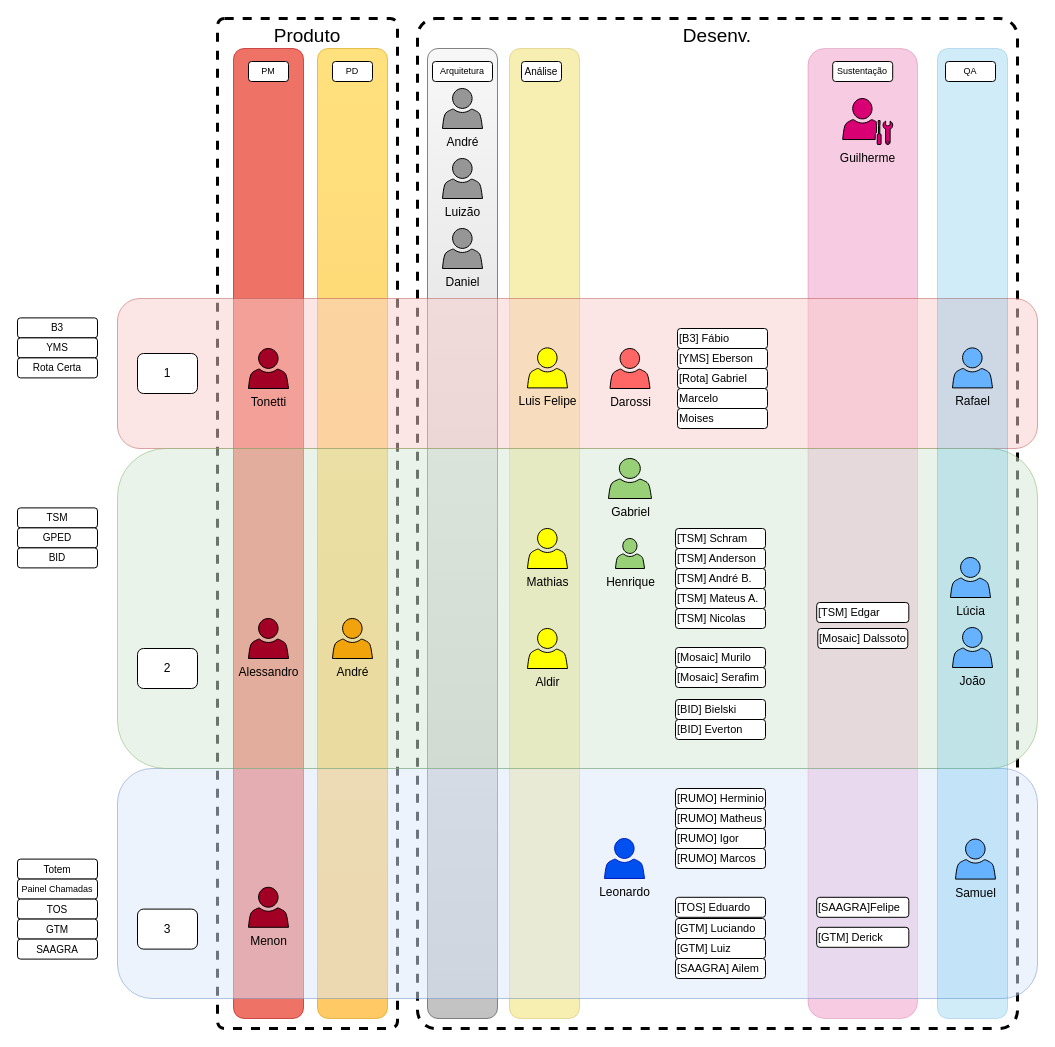
The draw.io diagram page "futuro_ideal" (4 of 4) of Diagrama sem nome.drawio in marcelopedroso/yms_tech, before the edit. Source tidied: cells renumbered, new cells numbered last; positions are measured from the earlier drawing's top-left corner, leaving out a move shared by most shapes. Both pictures are drawn from the tidied source at 100%, with x=0, y=0 at pixel (17, 18).
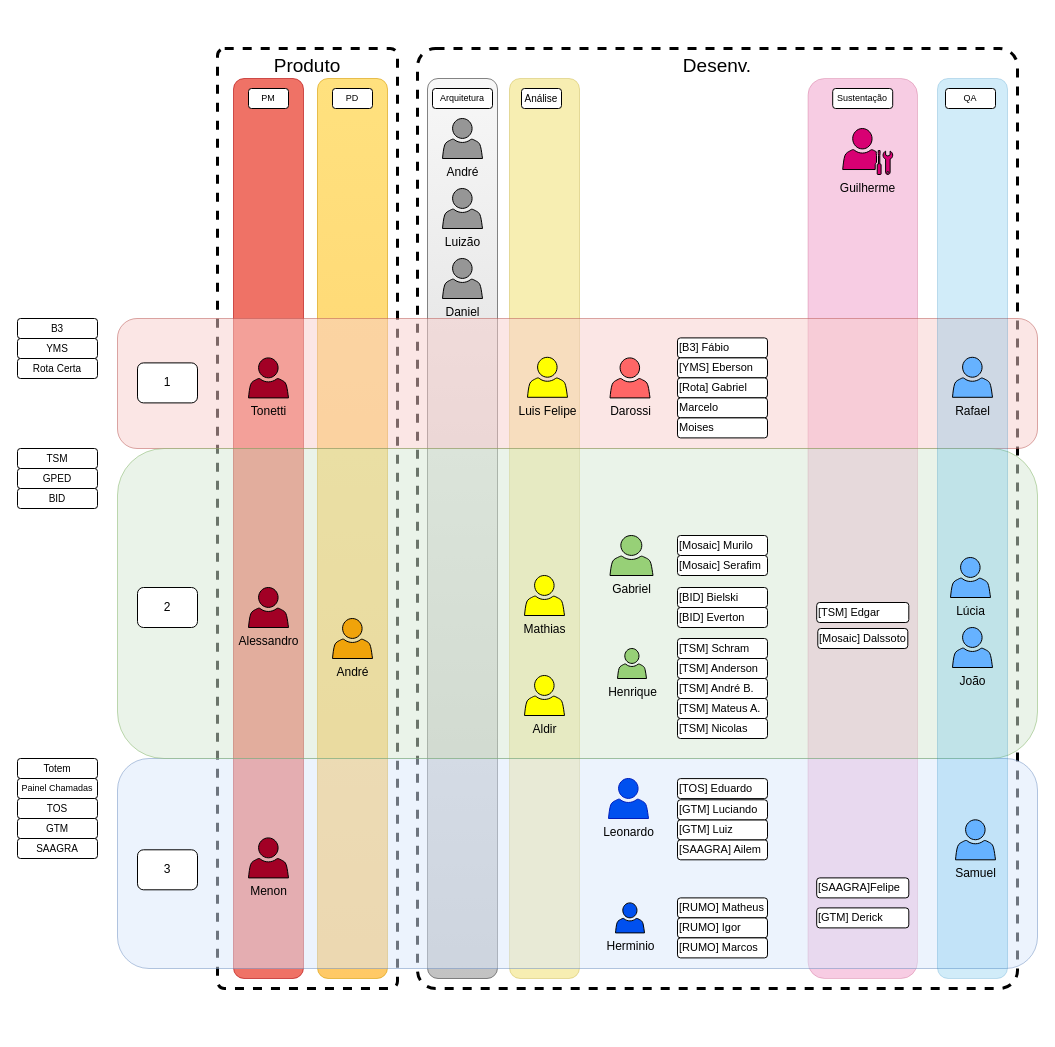
Above is the later version.

The edit, as a diff of the source:
```diff
@@
     <mxCell id="2" value="Desenv." style="rounded=1;whiteSpace=wrap;html=1;fillColor=default;verticalAlign=top;dashed=1;fillStyle=auto;glass=0;perimeterSpacing=2;strokeWidth=3;fontSize=19;arcSize=3;" parent="1" vertex="1">
-      <mxGeometry x="400" width="600" height="1010" as="geometry" />
+      <mxGeometry x="400" y="30" width="600" height="940" as="geometry" />
     </mxCell>
     <mxCell id="3" value="Produto" style="rounded=1;whiteSpace=wrap;html=1;fillColor=default;verticalAlign=top;dashed=1;fillStyle=auto;glass=0;perimeterSpacing=2;strokeWidth=3;fontSize=19;arcSize=4;" parent="1" vertex="1">
-      <mxGeometry x="200" width="180" height="1010" as="geometry" />
+      <mxGeometry x="200" y="30" width="180" height="940" as="geometry" />
     </mxCell>
     <mxCell id="4" style="rounded=1;whiteSpace=wrap;html=1;fillColor=#e51400;strokeColor=#B20000;opacity=60;fontColor=#ffffff;" parent="1" vertex="1">
-      <mxGeometry x="216" y="30" width="70" height="970" as="geometry" />
+      <mxGeometry x="216" y="60" width="70" height="900" as="geometry" />
     </mxCell>
     <mxCell id="5" style="rounded=1;whiteSpace=wrap;html=1;fillColor=#ffcd28;strokeColor=#d79b00;opacity=60;gradientColor=#ffa500;" parent="1" vertex="1">
-      <mxGeometry x="300" y="30" width="70" height="970" as="geometry" />
+      <mxGeometry x="300" y="60" width="70" height="900" as="geometry" />
     </mxCell>
     <mxCell id="6" style="rounded=1;whiteSpace=wrap;html=1;fillColor=#f5f5f5;strokeColor=#666666;opacity=80;gradientColor=#b3b3b3;" parent="1" vertex="1">
-      <mxGeometry x="410" y="30" width="70" height="970" as="geometry" />
+      <mxGeometry x="410" y="60" width="70" height="900" as="geometry" />
     </mxCell>
     <mxCell id="7" style="rounded=1;whiteSpace=wrap;html=1;fillColor=#e3c800;fontColor=#000000;strokeColor=#B09500;opacity=30;" parent="1" vertex="1">
-      <mxGeometry x="492" y="30" width="70" height="970" as="geometry" />
+      <mxGeometry x="492" y="60" width="70" height="900" as="geometry" />
     </mxCell>
     <mxCell id="8" style="rounded=1;whiteSpace=wrap;html=1;fillStyle=auto;opacity=20;fillColor=#d80073;strokeColor=#A50040;fontColor=#ffffff;" parent="1" vertex="1">
-      <mxGeometry x="790.5" y="30" width="109.5" height="970" as="geometry" />
+      <mxGeometry x="790.5" y="60" width="109.5" height="900" as="geometry" />
     </mxCell>
     <mxCell id="9" style="rounded=1;whiteSpace=wrap;html=1;fillStyle=auto;opacity=50;fillColor=#dae8fc;strokeColor=#6c8ebf;" parent="1" vertex="1">
-      <mxGeometry x="100" y="750" width="920" height="230" as="geometry" />
+      <mxGeometry x="100" y="740" width="920" height="210" as="geometry" />
     </mxCell>
     <mxCell id="10" style="rounded=1;whiteSpace=wrap;html=1;fillStyle=auto;opacity=50;fillColor=#f8cecc;strokeColor=#b85450;" parent="1" vertex="1">
-      <mxGeometry x="100" y="280" width="920" height="150" as="geometry" />
+      <mxGeometry x="100" y="300" width="920" height="130" as="geometry" />
     </mxCell>
     <mxCell id="11" style="rounded=1;whiteSpace=wrap;html=1;fillStyle=auto;opacity=50;fillColor=#d5e8d4;strokeColor=#82b366;" parent="1" vertex="1">
-      <mxGeometry x="100" y="430" width="920" height="320" as="geometry" />
+      <mxGeometry x="100" y="430" width="920" height="310" as="geometry" />
     </mxCell>
     <mxCell id="12" value="Darossi" style="sketch=0;shadow=0;dashed=0;html=1;strokeColor=default;labelPosition=center;verticalLabelPosition=bottom;verticalAlign=top;align=center;shape=mxgraph.office.users.user;fillColor=#FF6666;" parent="1" vertex="1">
-      <mxGeometry x="592.5" y="330" width="40" height="40" as="geometry" />
+      <mxGeometry x="592.5" y="339.4" width="40" height="40" as="geometry" />
     </mxCell>
     <mxCell id="13" value="Gabriel" style="sketch=0;shadow=0;dashed=0;html=1;strokeColor=default;labelPosition=center;verticalLabelPosition=bottom;verticalAlign=top;align=center;shape=mxgraph.office.users.user;fillColor=#97D077;" parent="1" vertex="1">
-      <mxGeometry x="591" y="440" width="43" height="40" as="geometry" />
+      <mxGeometry x="592.5" y="517" width="43" height="40" as="geometry" />
     </mxCell>
     <mxCell id="14" value="&lt;font color=&quot;#000000&quot;&gt;Leonardo&lt;/font&gt;" style="sketch=0;shadow=0;dashed=0;html=1;strokeColor=#001DBC;labelPosition=center;verticalLabelPosition=bottom;verticalAlign=top;align=center;shape=mxgraph.office.users.user;fillColor=#0050ef;fontColor=#FFFFFF;" parent="1" vertex="1">
-      <mxGeometry x="587" y="820" width="40" height="40" as="geometry" />
+      <mxGeometry x="591" y="760" width="40" height="40" as="geometry" />
     </mxCell>
     <mxCell id="15" value="&lt;font color=&quot;#000000&quot;&gt;Guilherme&lt;/font&gt;" style="sketch=0;shadow=0;dashed=0;html=1;strokeColor=default;fillColor=#d80073;labelPosition=center;verticalLabelPosition=bottom;verticalAlign=top;align=center;shape=mxgraph.office.users.administrator;fontColor=#ffffff;" parent="1" vertex="1">
-      <mxGeometry x="825.2" y="80" width="50" height="46" as="geometry" />
+      <mxGeometry x="825.2" y="110" width="50" height="46" as="geometry" />
     </mxCell>
     <mxCell id="16" value="Análise" style="rounded=1;whiteSpace=wrap;html=1;fontSize=10;" parent="1" vertex="1">
-      <mxGeometry x="504" y="43" width="40" height="20" as="geometry" />
+      <mxGeometry x="504" y="70" width="40" height="20" as="geometry" />
     </mxCell>
     <mxCell id="17" value="Arquitetura" style="rounded=1;whiteSpace=wrap;html=1;fontSize=9;" parent="1" vertex="1">
-      <mxGeometry x="415" y="43" width="60" height="20" as="geometry" />
+      <mxGeometry x="415" y="70" width="60" height="20" as="geometry" />
     </mxCell>
     <mxCell id="18" value="B3" style="rounded=1;whiteSpace=wrap;html=1;fontSize=10;" parent="1" vertex="1">
-      <mxGeometry y="299.4" width="80" height="20" as="geometry" />
+      <mxGeometry y="300" width="80" height="20" as="geometry" />
     </mxCell>
     <mxCell id="19" value="YMS" style="rounded=1;whiteSpace=wrap;html=1;fontSize=10;" parent="1" vertex="1">
-      <mxGeometry y="319.4" width="80" height="20" as="geometry" />
+      <mxGeometry y="320" width="80" height="20" as="geometry" />
     </mxCell>
     <mxCell id="20" value="TSM" style="rounded=1;whiteSpace=wrap;html=1;fontSize=10;" parent="1" vertex="1">
-      <mxGeometry y="489.4" width="80" height="20" as="geometry" />
+      <mxGeometry y="430" width="80" height="20" as="geometry" />
     </mxCell>
     <mxCell id="21" value="GPED" style="rounded=1;whiteSpace=wrap;html=1;fontSize=10;" parent="1" vertex="1">
-      <mxGeometry y="509.4" width="80" height="20" as="geometry" />
+      <mxGeometry y="450" width="80" height="20" as="geometry" />
     </mxCell>
     <mxCell id="22" value="Rota Certa" style="rounded=1;whiteSpace=wrap;html=1;fontSize=10;" parent="1" vertex="1">
-      <mxGeometry y="339.4" width="80" height="20" as="geometry" />
+      <mxGeometry y="340" width="80" height="20" as="geometry" />
     </mxCell>
     <mxCell id="23" value="Totem" style="rounded=1;whiteSpace=wrap;html=1;fontSize=10;" parent="1" vertex="1">
-      <mxGeometry y="840.6" width="80" height="20" as="geometry" />
+      <mxGeometry y="740" width="80" height="20" as="geometry" />
     </mxCell>
     <mxCell id="24" value="Painel Chamadas" style="rounded=1;whiteSpace=wrap;html=1;fontSize=9;" parent="1" vertex="1">
-      <mxGeometry y="860.6" width="80" height="20" as="geometry" />
+      <mxGeometry y="760" width="80" height="20" as="geometry" />
     </mxCell>
     <mxCell id="25" value="1" style="rounded=1;whiteSpace=wrap;html=1;fillColor=#FFFFFF;" parent="1" vertex="1">
-      <mxGeometry x="120" y="335" width="60" height="40" as="geometry" />
+      <mxGeometry x="120" y="344.4" width="60" height="40" as="geometry" />
     </mxCell>
     <mxCell id="26" value="3" style="rounded=1;whiteSpace=wrap;html=1;fillColor=#FFFFFF;" parent="1" vertex="1">
-      <mxGeometry x="120" y="890.6" width="60" height="40" as="geometry" />
+      <mxGeometry x="120" y="831.3" width="60" height="40" as="geometry" />
     </mxCell>
     <mxCell id="27" value="Sustentação" style="rounded=1;whiteSpace=wrap;html=1;fillColor=#FFFFFF;fontSize=9;" parent="1" vertex="1">
-      <mxGeometry x="815.2" y="43" width="60" height="20" as="geometry" />
+      <mxGeometry x="815.2" y="70" width="60" height="20" as="geometry" />
     </mxCell>
     <mxCell id="28" value="2" style="rounded=1;whiteSpace=wrap;html=1;fillColor=#FFFFFF;" parent="1" vertex="1">
-      <mxGeometry x="120" y="630" width="60" height="40" as="geometry" />
+      <mxGeometry x="120" y="569" width="60" height="40" as="geometry" />
     </mxCell>
     <mxCell id="29" value="PM" style="rounded=1;whiteSpace=wrap;html=1;fontSize=9;" parent="1" vertex="1">
-      <mxGeometry x="231" y="43" width="40" height="20" as="geometry" />
+      <mxGeometry x="231" y="70" width="40" height="20" as="geometry" />
     </mxCell>
     <mxCell id="30" value="PD" style="rounded=1;whiteSpace=wrap;html=1;fontSize=9;" parent="1" vertex="1">
-      <mxGeometry x="315" y="43" width="40" height="20" as="geometry" />
+      <mxGeometry x="315" y="70" width="40" height="20" as="geometry" />
     </mxCell>
     <mxCell id="31" value="Luis Felipe" style="sketch=0;shadow=0;dashed=0;html=1;labelPosition=center;verticalLabelPosition=bottom;verticalAlign=top;align=center;shape=mxgraph.office.users.user;fillColor=#FFFF00;" parent="1" vertex="1">
-      <mxGeometry x="510" y="329.4" width="40" height="40" as="geometry" />
+      <mxGeometry x="510" y="338.8" width="40" height="40" as="geometry" />
     </mxCell>
     <mxCell id="32" value="Mathias" style="sketch=0;shadow=0;dashed=0;html=1;labelPosition=center;verticalLabelPosition=bottom;verticalAlign=top;align=center;shape=mxgraph.office.users.user;fillColor=#FFFF00;" parent="1" vertex="1">
-      <mxGeometry x="510" y="510" width="40" height="40" as="geometry" />
+      <mxGeometry x="507" y="557" width="40" height="40" as="geometry" />
     </mxCell>
@@
     <mxCell id="34" value="Alessandro" style="sketch=0;shadow=0;dashed=0;html=1;labelPosition=center;verticalLabelPosition=bottom;verticalAlign=top;align=center;shape=mxgraph.office.users.user;fillColor=#a20025;fontColor=#000000;strokeColor=#000000;" parent="1" vertex="1">
-      <mxGeometry x="231" y="600" width="40" height="40" as="geometry" />
+      <mxGeometry x="231" y="569" width="40" height="40" as="geometry" />
     </mxCell>
     <mxCell id="35" value="Tonetti" style="sketch=0;shadow=0;dashed=0;html=1;labelPosition=center;verticalLabelPosition=bottom;verticalAlign=top;align=center;shape=mxgraph.office.users.user;fillColor=#a20025;fontColor=#000000;strokeColor=#000000;" parent="1" vertex="1">
-      <mxGeometry x="231" y="330" width="40" height="40" as="geometry" />
+      <mxGeometry x="231" y="339.4" width="40" height="40" as="geometry" />
     </mxCell>
     <mxCell id="36" value="BID" style="rounded=1;whiteSpace=wrap;html=1;fontSize=10;" parent="1" vertex="1">
-      <mxGeometry y="529.4" width="80" height="20" as="geometry" />
+      <mxGeometry y="470" width="80" height="20" as="geometry" />
     </mxCell>
     <mxCell id="37" value="TOS" style="rounded=1;whiteSpace=wrap;html=1;fontSize=10;" parent="1" vertex="1">
-      <mxGeometry y="880.6" width="80" height="20" as="geometry" />
+      <mxGeometry y="780" width="80" height="20" as="geometry" />
     </mxCell>
     <mxCell id="38" style="rounded=1;whiteSpace=wrap;html=1;fillStyle=auto;opacity=20;fillColor=#1ba1e2;strokeColor=#006EAF;fontColor=#ffffff;" parent="1" vertex="1">
-      <mxGeometry x="920" y="30" width="70" height="970" as="geometry" />
+      <mxGeometry x="920" y="60" width="70" height="900" as="geometry" />
     </mxCell>
     <mxCell id="39" value="QA" style="rounded=1;whiteSpace=wrap;html=1;fillColor=#FFFFFF;fontSize=9;" parent="1" vertex="1">
-      <mxGeometry x="928" y="43" width="50" height="20" as="geometry" />
+      <mxGeometry x="928" y="70" width="50" height="20" as="geometry" />
     </mxCell>
     <mxCell id="40" value="André" style="sketch=0;shadow=0;dashed=0;html=1;labelPosition=center;verticalLabelPosition=bottom;verticalAlign=top;align=center;shape=mxgraph.office.users.user;fillColor=#969696;" parent="1" vertex="1">
-      <mxGeometry x="425" y="70" width="40" height="40" as="geometry" />
+      <mxGeometry x="425" y="100" width="40" height="40" as="geometry" />
     </mxCell>
     <mxCell id="41" value="Luizão" style="sketch=0;shadow=0;dashed=0;html=1;labelPosition=center;verticalLabelPosition=bottom;verticalAlign=top;align=center;shape=mxgraph.office.users.user;fillColor=#969696;" parent="1" vertex="1">
-      <mxGeometry x="425" y="140" width="40" height="40" as="geometry" />
+      <mxGeometry x="425" y="170" width="40" height="40" as="geometry" />
     </mxCell>
     <mxCell id="42" value="Daniel" style="sketch=0;shadow=0;dashed=0;html=1;labelPosition=center;verticalLabelPosition=bottom;verticalAlign=top;align=center;shape=mxgraph.office.users.user;fillColor=#969696;" parent="1" vertex="1">
-      <mxGeometry x="425" y="210" width="40" height="40" as="geometry" />
+      <mxGeometry x="425" y="240" width="40" height="40" as="geometry" />
     </mxCell>
     <mxCell id="43" value="Aldir" style="sketch=0;shadow=0;dashed=0;html=1;labelPosition=center;verticalLabelPosition=bottom;verticalAlign=top;align=center;shape=mxgraph.office.users.user;fillColor=#FFFF00;" parent="1" vertex="1">
-      <mxGeometry x="510" y="610" width="40" height="40" as="geometry" />
+      <mxGeometry x="507" y="657" width="40" height="40" as="geometry" />
     </mxCell>
     <mxCell id="44" value="Menon" style="sketch=0;shadow=0;dashed=0;html=1;labelPosition=center;verticalLabelPosition=bottom;verticalAlign=top;align=center;shape=mxgraph.office.users.user;fillColor=#a20025;fontColor=#000000;strokeColor=#000000;" parent="1" vertex="1">
-      <mxGeometry x="231" y="868.8" width="40" height="40" as="geometry" />
+      <mxGeometry x="231" y="819.4" width="40" height="40" as="geometry" />
     </mxCell>
     <mxCell id="45" value="Henrique" style="sketch=0;shadow=0;dashed=0;html=1;strokeColor=default;labelPosition=center;verticalLabelPosition=bottom;verticalAlign=top;align=center;shape=mxgraph.office.users.user;fillColor=#97D077;" parent="1" vertex="1">
-      <mxGeometry x="598" y="520" width="29" height="30" as="geometry" />
+      <mxGeometry x="600" y="630" width="29" height="30" as="geometry" />
     </mxCell>
     <mxCell id="46" value="&lt;font color=&quot;#000000&quot;&gt;Rafael&lt;/font&gt;" style="sketch=0;shadow=0;dashed=0;html=1;labelPosition=center;verticalLabelPosition=bottom;verticalAlign=top;align=center;shape=mxgraph.office.users.user;fillColor=#66B2FF;fontColor=#ffffff;strokeColor=#000000;" parent="1" vertex="1">
-      <mxGeometry x="935" y="329.4" width="40" height="40" as="geometry" />
+      <mxGeometry x="935" y="338.8" width="40" height="40" as="geometry" />
     </mxCell>
@@
     <mxCell id="49" value="[SAAGRA] Ailem" style="rounded=1;whiteSpace=wrap;html=1;fontSize=11;align=left;" parent="1" vertex="1">
-      <mxGeometry x="658" y="940" width="90" height="20" as="geometry" />
+      <mxGeometry x="660" y="821.3" width="90" height="20" as="geometry" />
     </mxCell>
     <mxCell id="50" value="[B3] Fábio" style="rounded=1;whiteSpace=wrap;html=1;fontSize=11;align=left;" parent="1" vertex="1">
-      <mxGeometry x="660" y="310" width="90" height="20" as="geometry" />
+      <mxGeometry x="660" y="319.4" width="90" height="20" as="geometry" />
     </mxCell>
     <mxCell id="51" value="[YMS] Eberson" style="rounded=1;whiteSpace=wrap;html=1;fontSize=11;align=left;" parent="1" vertex="1">
-      <mxGeometry x="660" y="330" width="90" height="20" as="geometry" />
+      <mxGeometry x="660" y="339.4" width="90" height="20" as="geometry" />
     </mxCell>
     <mxCell id="52" value="[Rota] Gabriel" style="rounded=1;whiteSpace=wrap;html=1;fontSize=11;align=left;" parent="1" vertex="1">
-      <mxGeometry x="660" y="350" width="90" height="20" as="geometry" />
+      <mxGeometry x="660" y="359.4" width="90" height="20" as="geometry" />
     </mxCell>
     <mxCell id="53" value="Marcelo" style="rounded=1;whiteSpace=wrap;html=1;fontSize=11;align=left;" parent="1" vertex="1">
-      <mxGeometry x="660" y="370" width="90" height="20" as="geometry" />
+      <mxGeometry x="660" y="379.4" width="90" height="20" as="geometry" />
     </mxCell>
     <mxCell id="54" value="Moises" style="rounded=1;whiteSpace=wrap;html=1;fontSize=11;align=left;" parent="1" vertex="1">
-      <mxGeometry x="660" y="390" width="90" height="20" as="geometry" />
+      <mxGeometry x="660" y="399.4" width="90" height="20" as="geometry" />
     </mxCell>
     <mxCell id="55" value="[RUMO] Matheus" style="rounded=1;whiteSpace=wrap;html=1;fontSize=11;align=left;" parent="1" vertex="1">
-      <mxGeometry x="658" y="790" width="90" height="20" as="geometry" />
+      <mxGeometry x="660" y="879.4" width="90" height="20" as="geometry" />
     </mxCell>
     <mxCell id="56" value="[RUMO] Igor" style="rounded=1;whiteSpace=wrap;html=1;fontSize=11;align=left;" parent="1" vertex="1">
-      <mxGeometry x="658" y="810" width="90" height="20" as="geometry" />
+      <mxGeometry x="660" y="899.4" width="90" height="20" as="geometry" />
     </mxCell>
     <mxCell id="57" value="[RUMO] Marcos" style="rounded=1;whiteSpace=wrap;html=1;fontSize=11;align=left;" parent="1" vertex="1">
-      <mxGeometry x="658" y="830" width="90" height="20" as="geometry" />
+      <mxGeometry x="660" y="919.4" width="90" height="20" as="geometry" />
     </mxCell>
     <mxCell id="58" value="[Mosaic] Murilo" style="rounded=1;whiteSpace=wrap;html=1;fontSize=11;align=left;" parent="1" vertex="1">
-      <mxGeometry x="658" y="629" width="90" height="20" as="geometry" />
+      <mxGeometry x="660" y="517" width="90" height="20" as="geometry" />
     </mxCell>
     <mxCell id="59" value="[Mosaic] Serafim" style="rounded=1;whiteSpace=wrap;html=1;fontSize=11;align=left;" parent="1" vertex="1">
-      <mxGeometry x="658" y="649" width="90" height="20" as="geometry" />
+      <mxGeometry x="660" y="537" width="90" height="20" as="geometry" />
     </mxCell>
     <mxCell id="60" value="[BID] Bielski" style="rounded=1;whiteSpace=wrap;html=1;fontSize=11;align=left;" parent="1" vertex="1">
-      <mxGeometry x="658" y="681" width="90" height="20" as="geometry" />
+      <mxGeometry x="660" y="569" width="90" height="20" as="geometry" />
     </mxCell>
     <mxCell id="61" value="[BID] Everton" style="rounded=1;whiteSpace=wrap;html=1;fontSize=11;align=left;" parent="1" vertex="1">
-      <mxGeometry x="658" y="701" width="90" height="20" as="geometry" />
+      <mxGeometry x="660" y="589" width="90" height="20" as="geometry" />
     </mxCell>
     <mxCell id="62" value="[TSM] Schram" style="rounded=1;whiteSpace=wrap;html=1;fontSize=11;align=left;" parent="1" vertex="1">
-      <mxGeometry x="658" y="510" width="90" height="20" as="geometry" />
+      <mxGeometry x="660" y="620" width="90" height="20" as="geometry" />
     </mxCell>
     <mxCell id="63" value="[TSM] Anderson" style="rounded=1;whiteSpace=wrap;html=1;fontSize=11;align=left;" parent="1" vertex="1">
-      <mxGeometry x="658" y="530" width="90" height="20" as="geometry" />
+      <mxGeometry x="660" y="640" width="90" height="20" as="geometry" />
     </mxCell>
     <mxCell id="64" value="[TSM] André B." style="rounded=1;whiteSpace=wrap;html=1;fontSize=11;align=left;" parent="1" vertex="1">
-      <mxGeometry x="658" y="550" width="90" height="20" as="geometry" />
+      <mxGeometry x="660" y="660" width="90" height="20" as="geometry" />
     </mxCell>
     <mxCell id="65" value="[TSM] Mateus A." style="rounded=1;whiteSpace=wrap;html=1;fontSize=11;align=left;" parent="1" vertex="1">
-      <mxGeometry x="658" y="570" width="90" height="20" as="geometry" />
+      <mxGeometry x="660" y="680" width="90" height="20" as="geometry" />
     </mxCell>
     <mxCell id="66" value="[TSM] Nicolas" style="rounded=1;whiteSpace=wrap;html=1;fontSize=11;align=left;" parent="1" vertex="1">
-      <mxGeometry x="658" y="590" width="90" height="20" as="geometry" />
+      <mxGeometry x="660" y="700" width="90" height="20" as="geometry" />
     </mxCell>
     <mxCell id="67" value="[SAAGRA]Felipe" style="rounded=1;whiteSpace=wrap;html=1;fontSize=11;align=left;" parent="1" vertex="1">
-      <mxGeometry x="799.2" y="878.8" width="92.1" height="20" as="geometry" />
+      <mxGeometry x="799.2" y="859.4" width="92.1" height="20" as="geometry" />
     </mxCell>
     <mxCell id="68" value="[GTM] Derick" style="rounded=1;whiteSpace=wrap;html=1;fontSize=11;align=left;" parent="1" vertex="1">
-      <mxGeometry x="799.2" y="908.8" width="92.1" height="20" as="geometry" />
+      <mxGeometry x="799.2" y="889.4" width="92.1" height="20" as="geometry" />
     </mxCell>
@@
     <mxCell id="71" value="[GTM] Luiz" style="rounded=1;whiteSpace=wrap;html=1;fontSize=11;align=left;" parent="1" vertex="1">
-      <mxGeometry x="658" y="920" width="90" height="20" as="geometry" />
+      <mxGeometry x="660" y="801.3" width="90" height="20" as="geometry" />
     </mxCell>
     <mxCell id="72" value="[GTM] Luciando" style="rounded=1;whiteSpace=wrap;html=1;fontSize=11;align=left;" parent="1" vertex="1">
-      <mxGeometry x="658" y="900" width="90" height="20" as="geometry" />
+      <mxGeometry x="660" y="781.3" width="90" height="20" as="geometry" />
     </mxCell>
     <mxCell id="73" value="[TOS] Eduardo" style="rounded=1;whiteSpace=wrap;html=1;fontSize=11;align=left;" parent="1" vertex="1">
-      <mxGeometry x="658" y="878.8" width="90" height="20" as="geometry" />
+      <mxGeometry x="660" y="760.1" width="90" height="20" as="geometry" />
     </mxCell>
     <mxCell id="74" value="GTM" style="rounded=1;whiteSpace=wrap;html=1;fontSize=10;" parent="1" vertex="1">
-      <mxGeometry y="900.6" width="80" height="20" as="geometry" />
+      <mxGeometry y="800" width="80" height="20" as="geometry" />
     </mxCell>
     <mxCell id="75" value="SAAGRA" style="rounded=1;whiteSpace=wrap;html=1;fontSize=10;" parent="1" vertex="1">
-      <mxGeometry y="920.6" width="80" height="20" as="geometry" />
+      <mxGeometry y="820" width="80" height="20" as="geometry" />
     </mxCell>
-    <mxCell id="76" value="[RUMO] Herminio" style="rounded=1;whiteSpace=wrap;html=1;fontSize=11;align=left;" parent="1" vertex="1">
-      <mxGeometry x="658" y="770" width="90" height="20" as="geometry" />
-    </mxCell>
     <mxCell id="77" value="&lt;font color=&quot;#000000&quot;&gt;Samuel&lt;/font&gt;" style="sketch=0;shadow=0;dashed=0;html=1;labelPosition=center;verticalLabelPosition=bottom;verticalAlign=top;align=center;shape=mxgraph.office.users.user;fillColor=#66B2FF;fontColor=#ffffff;strokeColor=#000000;" parent="1" vertex="1">
-      <mxGeometry x="938" y="820.6" width="40" height="40" as="geometry" />
+      <mxGeometry x="938" y="801.3" width="40" height="40" as="geometry" />
     </mxCell>
+    <mxCell id="78" value="Herminio" style="sketch=0;shadow=0;dashed=0;html=1;strokeColor=default;labelPosition=center;verticalLabelPosition=bottom;verticalAlign=top;align=center;shape=mxgraph.office.users.user;fillColor=#0050ef;gradientColor=none;" parent="1" vertex="1">
+      <mxGeometry x="598" y="884.4" width="29" height="30" as="geometry" />
+    </mxCell>
```
